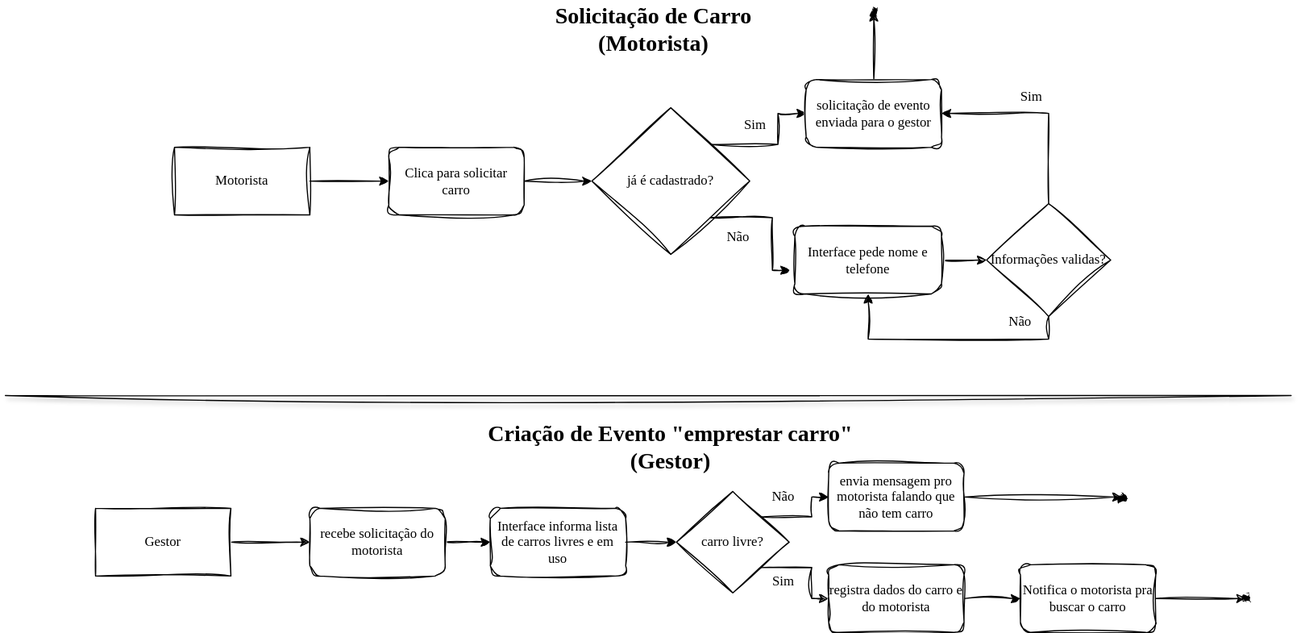
Earlier version of the draw.io export frota/FrotaAtividade.drawio.svg (ADS-Unifg/Diagramas). Source tidied: cells renumbered, new cells last; positions are measured from the earlier drawing's top-left corner, leaving out a move shared by most shapes.
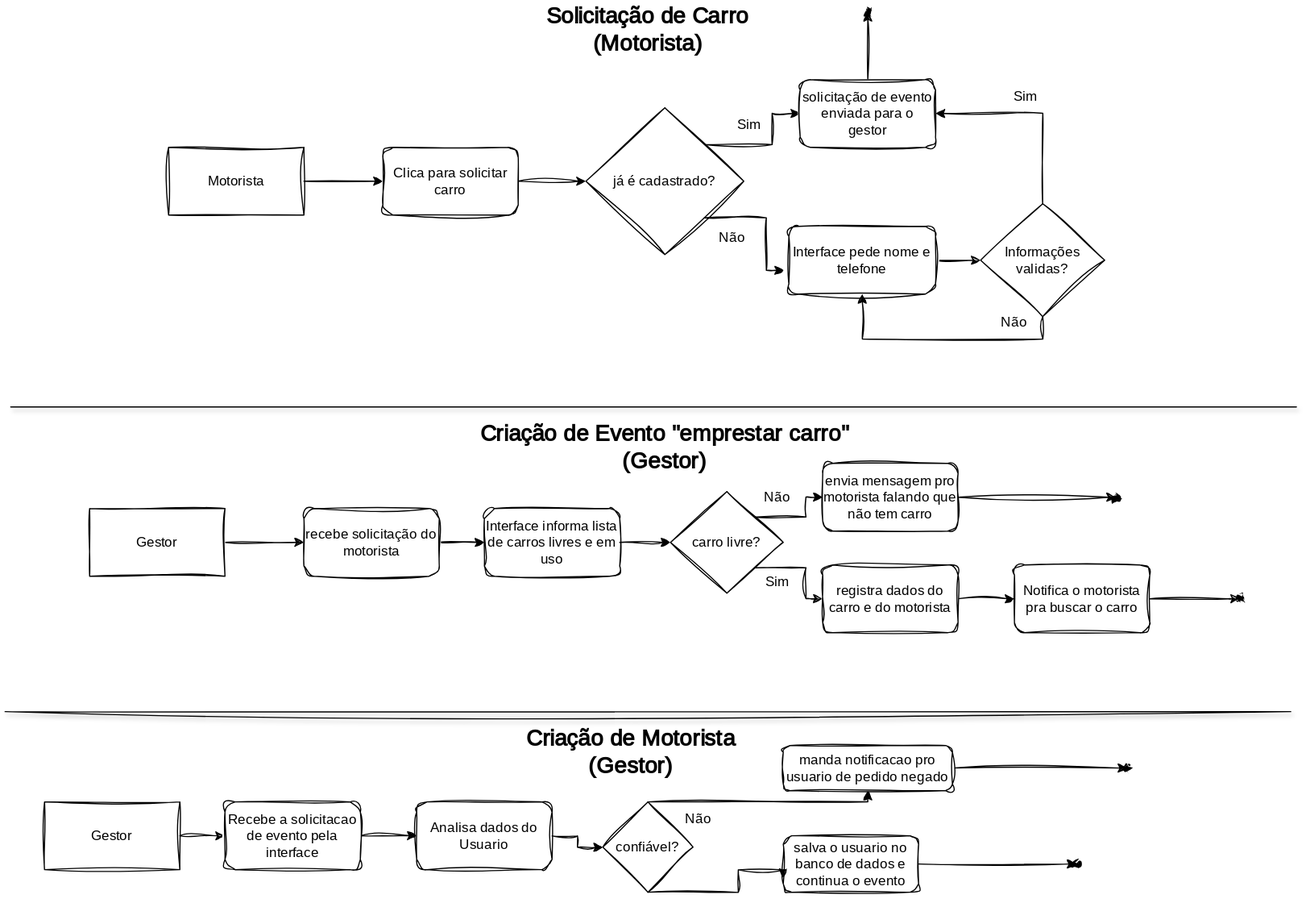
After the commit.

The edit, as a diff of the source:
```diff
@@ -70,8 +70,8 @@
     </mxCell>
     <mxCell id="21" style="endArrow=none;html=1;rounded=0;hachureGap=4;fontFamily=Architects Daughter;fontSource=https%3A%2F%2Ffonts.googleapis.com%2Fcss%3Ffamily%3DArchitects%2BDaughter;shadow=1;sketch=1;curveFitting=1;jiggle=2;" parent="1" edge="1">
       <mxGeometry relative="1" as="geometry">
-        <mxPoint y="350" as="sourcePoint" />
-        <mxPoint x="1140" y="350" as="targetPoint" />
+        <mxPoint x="5" y="630" as="sourcePoint" />
+        <mxPoint x="1145" y="630" as="targetPoint" />
       </mxGeometry>
     </mxCell>
     <mxCell id="22" value="&lt;div&gt;&lt;b&gt;&lt;font style=&quot;font-size: 20px;&quot;&gt;Criação de Evento &quot;emprestar carro&quot;&lt;/font&gt;&lt;/b&gt;&lt;/div&gt;&lt;div&gt;&lt;b&gt;&lt;font style=&quot;font-size: 20px;&quot;&gt;(Gestor)&lt;/font&gt;&lt;/b&gt;&lt;/div&gt;" style="text;html=1;align=center;verticalAlign=middle;whiteSpace=wrap;rounded=0;fontFamily=Architects Daughter;fontSource=https%3A%2F%2Ffonts.googleapis.com%2Fcss%3Ffamily%3DArchitects%2BDaughter;sketch=1;curveFitting=1;jiggle=2;" parent="1" vertex="1">
@@ -137,5 +137,71 @@
     <mxCell id="42" value="Sim" style="text;html=1;align=center;verticalAlign=middle;whiteSpace=wrap;rounded=0;fontFamily=Architects Daughter;fontSource=https%3A%2F%2Ffonts.googleapis.com%2Fcss%3Ffamily%3DArchitects%2BDaughter;sketch=1;curveFitting=1;jiggle=2;" parent="1" vertex="1">
       <mxGeometry x="635" y="95" width="60" height="30" as="geometry" />
     </mxCell>
+    <mxCell id="43" style="endArrow=none;html=1;rounded=0;hachureGap=4;fontFamily=Architects Daughter;fontSource=https%3A%2F%2Ffonts.googleapis.com%2Fcss%3Ffamily%3DArchitects%2BDaughter;shadow=1;sketch=1;curveFitting=1;jiggle=2;" parent="1" edge="1">
+      <mxGeometry relative="1" as="geometry">
+        <mxPoint x="10" y="360" as="sourcePoint" />
+        <mxPoint x="1150" y="360" as="targetPoint" />
+      </mxGeometry>
+    </mxCell>
+    <mxCell id="44" value="&lt;div&gt;&lt;b&gt;&lt;font style=&quot;font-size: 20px;&quot;&gt;Criação de Motorista&lt;/font&gt;&lt;/b&gt;&lt;/div&gt;&lt;div&gt;&lt;b&gt;&lt;font style=&quot;font-size: 20px;&quot;&gt;(Gestor)&lt;/font&gt;&lt;/b&gt;&lt;/div&gt;" style="text;html=1;align=center;verticalAlign=middle;whiteSpace=wrap;rounded=0;fontFamily=Architects Daughter;fontSource=https%3A%2F%2Ffonts.googleapis.com%2Fcss%3Ffamily%3DArchitects%2BDaughter;sketch=1;curveFitting=1;jiggle=2;" parent="1" vertex="1">
+      <mxGeometry x="360" y="650" width="400" height="30" as="geometry" />
+    </mxCell>
+    <mxCell id="45" style="edgeStyle=orthogonalEdgeStyle;rounded=0;sketch=1;hachureGap=4;jiggle=2;curveFitting=1;jettySize=auto;html=1;fontFamily=Architects Daughter;fontSource=https%3A%2F%2Ffonts.googleapis.com%2Fcss%3Ffamily%3DArchitects%2BDaughter;" parent="1" edge="1" source="46" target="48">
+      <mxGeometry relative="1" as="geometry" />
+    </mxCell>
+    <mxCell id="46" value="Gestor" style="rounded=0;whiteSpace=wrap;html=1;sketch=1;hachureGap=4;jiggle=2;curveFitting=1;fontFamily=Architects Daughter;fontSource=https%3A%2F%2Ffonts.googleapis.com%2Fcss%3Ffamily%3DArchitects%2BDaughter;" parent="1" vertex="1">
+      <mxGeometry x="40" y="710" width="120" height="60" as="geometry" />
+    </mxCell>
+    <mxCell id="47" style="edgeStyle=orthogonalEdgeStyle;rounded=0;sketch=1;hachureGap=4;jiggle=2;curveFitting=1;jettySize=auto;html=1;fontFamily=Architects Daughter;fontSource=https%3A%2F%2Ffonts.googleapis.com%2Fcss%3Ffamily%3DArchitects%2BDaughter;" parent="1" edge="1" source="48" target="50">
+      <mxGeometry relative="1" as="geometry" />
+    </mxCell>
+    <mxCell id="48" value="Recebe a solicitacao de evento pela interface" style="rounded=1;whiteSpace=wrap;html=1;sketch=1;hachureGap=4;jiggle=2;curveFitting=1;fontFamily=Architects Daughter;fontSource=https%3A%2F%2Ffonts.googleapis.com%2Fcss%3Ffamily%3DArchitects%2BDaughter;" parent="1" vertex="1">
+      <mxGeometry x="200" y="710" width="120" height="60" as="geometry" />
+    </mxCell>
+    <mxCell id="49" style="edgeStyle=orthogonalEdgeStyle;rounded=0;sketch=1;hachureGap=4;jiggle=2;curveFitting=1;jettySize=auto;html=1;fontFamily=Architects Daughter;fontSource=https%3A%2F%2Ffonts.googleapis.com%2Fcss%3Ffamily%3DArchitects%2BDaughter;" parent="1" edge="1" source="50" target="53">
+      <mxGeometry relative="1" as="geometry" />
+    </mxCell>
+    <mxCell id="50" value="Analisa dados do Usuario" style="rounded=1;whiteSpace=wrap;html=1;sketch=1;hachureGap=4;jiggle=2;curveFitting=1;fontFamily=Architects Daughter;fontSource=https%3A%2F%2Ffonts.googleapis.com%2Fcss%3Ffamily%3DArchitects%2BDaughter;" parent="1" vertex="1">
+      <mxGeometry x="370" y="710" width="120" height="60" as="geometry" />
+    </mxCell>
+    <mxCell id="51" style="edgeStyle=orthogonalEdgeStyle;rounded=0;sketch=1;hachureGap=4;jiggle=2;curveFitting=1;jettySize=auto;html=1;exitX=0.5;exitY=0;exitDx=0;exitDy=0;fontFamily=Architects Daughter;fontSource=https%3A%2F%2Ffonts.googleapis.com%2Fcss%3Ffamily%3DArchitects%2BDaughter;" parent="1" edge="1" source="53" target="55">
+      <mxGeometry relative="1" as="geometry">
+        <Array as="points">
+          <mxPoint x="770" y="710" />
+        </Array>
+      </mxGeometry>
+    </mxCell>
+    <mxCell id="52" style="edgeStyle=orthogonalEdgeStyle;rounded=0;sketch=1;hachureGap=4;jiggle=2;curveFitting=1;jettySize=auto;html=1;exitX=0.5;exitY=1;exitDx=0;exitDy=0;entryX=0;entryY=0.75;entryDx=0;entryDy=0;fontFamily=Architects Daughter;fontSource=https%3A%2F%2Ffonts.googleapis.com%2Fcss%3Ffamily%3DArchitects%2BDaughter;" parent="1" edge="1" source="53" target="58">
+      <mxGeometry relative="1" as="geometry">
+        <Array as="points">
+          <mxPoint x="655" y="790" />
+          <mxPoint x="655" y="770" />
+        </Array>
+      </mxGeometry>
+    </mxCell>
+    <mxCell id="53" value="confiável?" style="rhombus;whiteSpace=wrap;html=1;sketch=1;hachureGap=4;jiggle=2;curveFitting=1;fontFamily=Architects Daughter;fontSource=https%3A%2F%2Ffonts.googleapis.com%2Fcss%3Ffamily%3DArchitects%2BDaughter;" parent="1" vertex="1">
+      <mxGeometry x="535" y="710" width="80" height="80" as="geometry" />
+    </mxCell>
+    <mxCell id="54" style="edgeStyle=orthogonalEdgeStyle;rounded=0;sketch=1;hachureGap=4;jiggle=2;curveFitting=1;jettySize=auto;html=1;fontFamily=Architects Daughter;fontSource=https%3A%2F%2Ffonts.googleapis.com%2Fcss%3Ffamily%3DArchitects%2BDaughter;" parent="1" edge="1" source="55" target="60">
+      <mxGeometry relative="1" as="geometry" />
+    </mxCell>
+    <mxCell id="55" value="manda notificacao pro usuario de pedido negado" style="rounded=1;whiteSpace=wrap;html=1;sketch=1;hachureGap=4;jiggle=2;curveFitting=1;fontFamily=Architects Daughter;fontSource=https%3A%2F%2Ffonts.googleapis.com%2Fcss%3Ffamily%3DArchitects%2BDaughter;" parent="1" vertex="1">
+      <mxGeometry x="695" y="660" width="150" height="40" as="geometry" />
+    </mxCell>
+    <mxCell id="56" value="Não" style="text;html=1;align=center;verticalAlign=middle;whiteSpace=wrap;rounded=0;fontFamily=Architects Daughter;fontSource=https%3A%2F%2Ffonts.googleapis.com%2Fcss%3Ffamily%3DArchitects%2BDaughter;sketch=1;curveFitting=1;jiggle=2;" parent="1" vertex="1">
+      <mxGeometry x="590" y="710" width="60" height="30" as="geometry" />
+    </mxCell>
+    <mxCell id="57" style="edgeStyle=orthogonalEdgeStyle;rounded=0;sketch=1;hachureGap=4;jiggle=2;curveFitting=1;jettySize=auto;html=1;fontFamily=Architects Daughter;fontSource=https%3A%2F%2Ffonts.googleapis.com%2Fcss%3Ffamily%3DArchitects%2BDaughter;" parent="1" edge="1" source="58" target="59">
+      <mxGeometry relative="1" as="geometry" />
+    </mxCell>
+    <mxCell id="58" value="salva o usuario no banco de dados e continua o evento" style="rounded=1;whiteSpace=wrap;html=1;sketch=1;hachureGap=4;jiggle=2;curveFitting=1;fontFamily=Architects Daughter;fontSource=https%3A%2F%2Ffonts.googleapis.com%2Fcss%3Ffamily%3DArchitects%2BDaughter;" parent="1" vertex="1">
+      <mxGeometry x="695" y="740" width="120" height="50" as="geometry" />
+    </mxCell>
+    <mxCell id="59" style="shape=waypoint;sketch=1;size=6;points=[];fillColor=default;perimeter=centerPerimeter;snapToPoint=1;fontFamily=Architects Daughter;rounded=1;hachureGap=4;jiggle=2;curveFitting=1;fontSource=https%3A%2F%2Ffonts.googleapis.com%2Fcss%3Ffamily%3DArchitects%2BDaughter;" parent="1" vertex="1">
+      <mxGeometry x="945" y="755" width="20" height="20" as="geometry" />
+    </mxCell>
+    <mxCell id="60" style="shape=waypoint;sketch=1;size=6;points=[];fillColor=default;perimeter=centerPerimeter;snapToPoint=1;fontFamily=Architects Daughter;rounded=1;hachureGap=4;jiggle=2;curveFitting=1;fontSource=https%3A%2F%2Ffonts.googleapis.com%2Fcss%3Ffamily%3DArchitects%2BDaughter;" parent="1" vertex="1">
+      <mxGeometry x="990" y="670" width="20" height="20" as="geometry" />
+    </mxCell>
   </root>
 </mxGraphModel>
```
